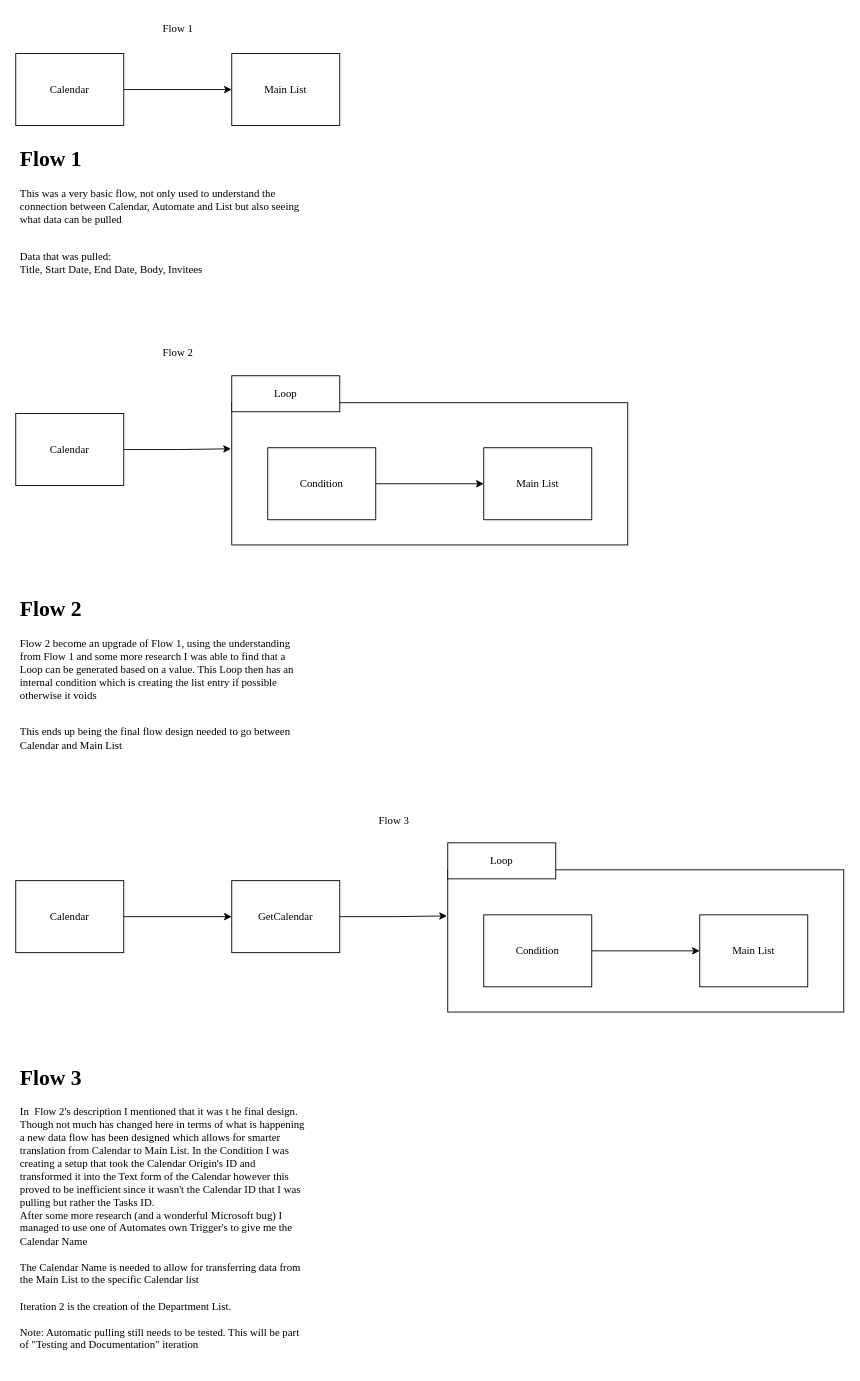
Earlier version of the draw.io diagram page "Iteration 1 - Calendar to List" (3 of 7) of Dataflow and Design.drawio (Birphon/BCIS309-CelloProject). Source tidied: cells renumbered, new cells numbered last; positions are measured from the earlier drawing's top-left corner, leaving out a move shared by most shapes. Both pictures are drawn from the tidied source at 90%, with x=0, y=0 at pixel (15, 15).
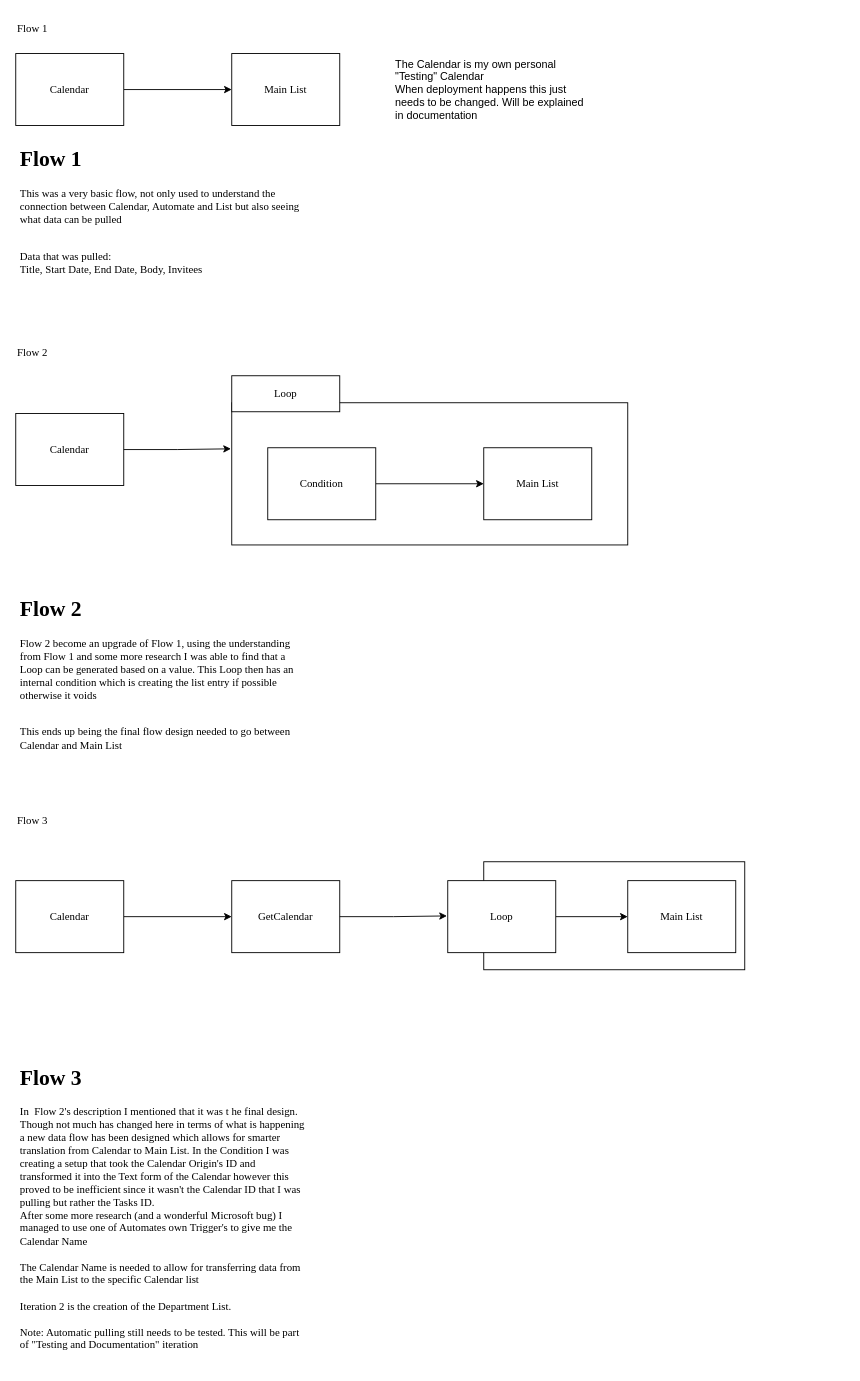
The same page after the edit.

The change refers to these unchanged cells:
```xml
<mxCell id="18" value="GetCalendar" style="rounded=0;whiteSpace=wrap;html=1;fontFamily=Times New Roman;" parent="1" vertex="1">
  <mxGeometry x="240" y="961" width="120" height="80" as="geometry" />
</mxCell>
```

Change to the diagram source:
```diff
@@
+    <mxCell id="27" style="rounded=0;whiteSpace=wrap;html=1;fontFamily=Times New Roman;" parent="1" vertex="1">
+      <mxGeometry x="520" y="940" width="290" height="120" as="geometry" />
+    </mxCell>
@@
-    <mxCell id="3" value="Flow 1" style="text;html=1;align=center;verticalAlign=middle;strokeColor=none;fillColor=none;fontFamily=Times New Roman;" parent="1" vertex="1">
-      <mxGeometry x="150" width="60" height="30" as="geometry" />
+    <mxCell id="3" value="Flow 1" style="text;html=1;align=left;verticalAlign=middle;strokeColor=none;fillColor=none;fontFamily=Times New Roman;" parent="1" vertex="1">
+      <mxGeometry width="60" height="30" as="geometry" />
     </mxCell>
@@
-    <mxCell id="7" value="Flow 2" style="text;html=1;align=center;verticalAlign=middle;strokeColor=none;fillColor=none;fontFamily=Times New Roman;" parent="1" vertex="1">
-      <mxGeometry x="150" y="360" width="60" height="30" as="geometry" />
+    <mxCell id="7" value="Flow 2" style="text;html=1;align=left;verticalAlign=middle;strokeColor=none;fillColor=none;fontFamily=Times New Roman;" parent="1" vertex="1">
+      <mxGeometry y="360" width="60" height="30" as="geometry" />
     </mxCell>
@@
-    <mxCell id="16" style="rounded=0;whiteSpace=wrap;html=1;fontFamily=Times New Roman;" parent="1" vertex="1">
-      <mxGeometry x="480" y="949" width="440" height="158" as="geometry" />
-    </mxCell>
-    <mxCell id="17" value="Flow 3" style="text;html=1;align=center;verticalAlign=middle;strokeColor=none;fillColor=none;fontFamily=Times New Roman;" parent="1" vertex="1">
-      <mxGeometry x="390" y="879" width="60" height="30" as="geometry" />
+    <mxCell id="17" value="Flow 3" style="text;html=1;align=left;verticalAlign=middle;strokeColor=none;fillColor=none;fontFamily=Times New Roman;" parent="1" vertex="1">
+      <mxGeometry y="879" width="60" height="30" as="geometry" />
     </mxCell>
@@
-    <mxCell id="19" style="edgeStyle=orthogonalEdgeStyle;rounded=0;jettySize=auto;html=1;entryX=0;entryY=0.5;entryDx=0;entryDy=0;fontFamily=Times New Roman;" parent="1" edge="1" source="20" target="21">
-      <mxGeometry relative="1" as="geometry" />
-    </mxCell>
-    <mxCell id="20" value="Condition" style="rounded=0;whiteSpace=wrap;html=1;fontFamily=Times New Roman;" parent="1" vertex="1">
-      <mxGeometry x="520" y="999" width="120" height="80" as="geometry" />
-    </mxCell>
     <mxCell id="21" value="Main List" style="rounded=0;whiteSpace=wrap;html=1;fontFamily=Times New Roman;" parent="1" vertex="1">
-      <mxGeometry x="760" y="999" width="120" height="80" as="geometry" />
+      <mxGeometry x="680" y="961" width="120" height="80" as="geometry" />
     </mxCell>
-    <mxCell id="22" style="edgeStyle=orthogonalEdgeStyle;rounded=0;jettySize=auto;html=1;entryX=-0.002;entryY=0.324;entryDx=0;entryDy=0;entryPerimeter=0;fontFamily=Times New Roman;" parent="1" edge="1" source="18" target="16">
-      <mxGeometry relative="1" as="geometry" />
+    <mxCell id="22" style="edgeStyle=orthogonalEdgeStyle;rounded=0;jettySize=auto;html=1;entryX=-0.002;entryY=0.324;entryDx=0;entryDy=0;entryPerimeter=0;fontFamily=Times New Roman;" parent="1" edge="1" source="18">
+      <mxGeometry relative="1" as="geometry">
+        <mxPoint x="479.1" y="1000.2" as="targetPoint" />
+      </mxGeometry>
     </mxCell>
-    <mxCell id="23" value="Loop" style="rounded=0;whiteSpace=wrap;html=1;fontFamily=Times New Roman;" parent="1" vertex="1">
-      <mxGeometry x="480" y="919" width="120" height="40" as="geometry" />
-    </mxCell>
@@
+    <mxCell id="28" value="The Calendar is my own personal &quot;Testing&quot; Calendar&lt;br&gt;When deployment happens this just needs to be changed. Will be explained in documentation " style="whiteSpace=wrap;html=1;align=left;fillColor=none;strokeColor=none;" parent="1" vertex="1">
+      <mxGeometry x="420" y="42" width="220" height="80" as="geometry" />
+    </mxCell>
+    <mxCell id="29" style="edgeStyle=orthogonalEdgeStyle;rounded=0;jettySize=auto;html=1;entryX=0;entryY=0.5;entryDx=0;entryDy=0;" parent="1" edge="1" source="23" target="21">
+      <mxGeometry relative="1" as="geometry" />
+    </mxCell>
+    <mxCell id="23" value="Loop" style="rounded=0;whiteSpace=wrap;html=1;fontFamily=Times New Roman;" parent="1" vertex="1">
+      <mxGeometry x="480" y="961" width="120" height="80" as="geometry" />
+    </mxCell>
```
